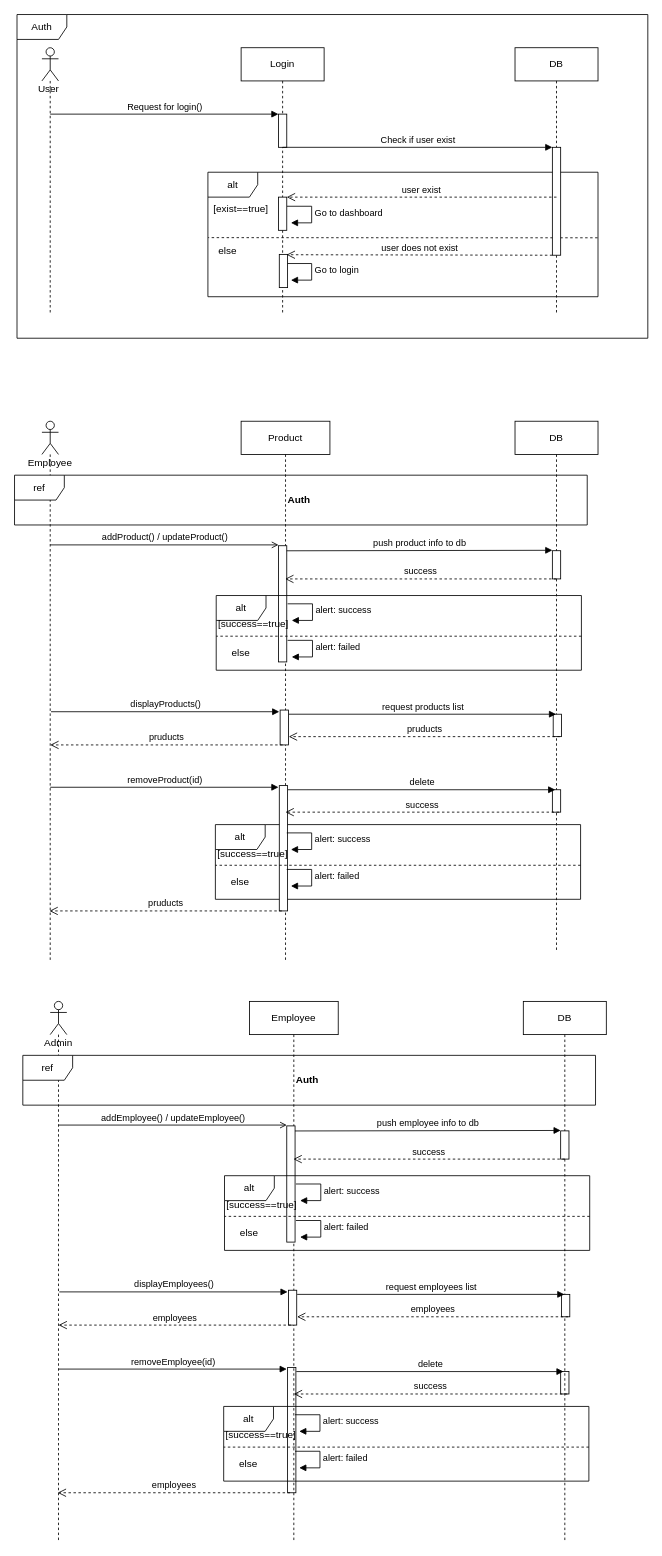
Before: UML/Sequence diagram.drawio in hamza-at-youcode/Brief4-parfume.art, a draw.io diagram. Source tidied: cells renumbered, new cells numbered last; positions are measured from the earlier drawing's top-left corner, leaving out a move shared by most shapes. Both pictures are drawn from the tidied source at 83%, with x=0, y=0 at pixel (14, 14).
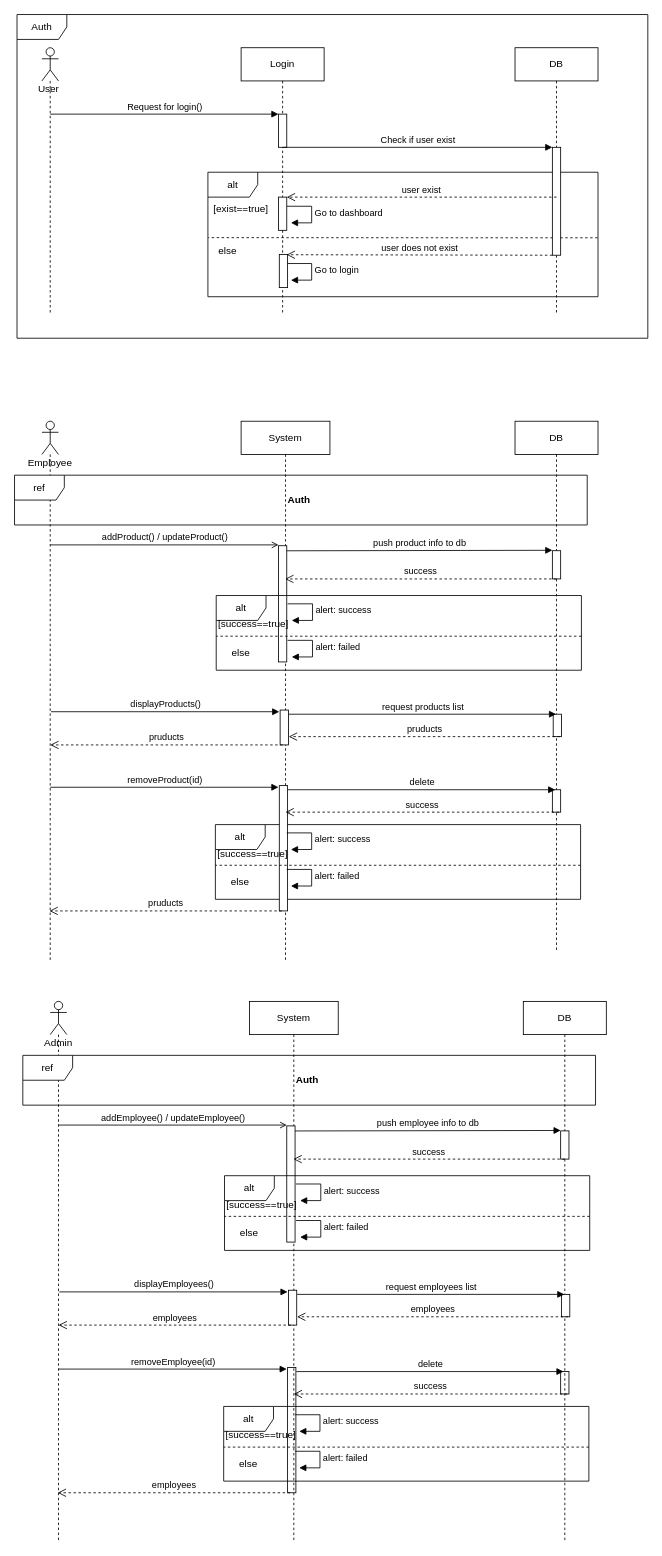
The same page after the edit.

Commit message (it also covers changes not shown here):
Fixe sequence diiagram

Diff of the diagram source:
```diff
@@
-    <mxCell id="23" value="Product" style="shape=umlLifeline;perimeter=lifelinePerimeter;whiteSpace=wrap;html=1;outlineConnect=0;" parent="1" vertex="1">
+    <mxCell id="23" value="System" style="shape=umlLifeline;perimeter=lifelinePerimeter;whiteSpace=wrap;html=1;outlineConnect=0;" parent="1" vertex="1">
       <mxGeometry x="273" y="490" width="107" height="650" as="geometry" />
     </mxCell>
@@
-    <mxCell id="58" value="Employee" style="shape=umlLifeline;perimeter=lifelinePerimeter;whiteSpace=wrap;html=1;outlineConnect=0;" parent="1" vertex="1">
+    <mxCell id="58" value="System" style="shape=umlLifeline;perimeter=lifelinePerimeter;whiteSpace=wrap;html=1;outlineConnect=0;" parent="1" vertex="1">
       <mxGeometry x="283" y="1189" width="107" height="651" as="geometry" />
     </mxCell>
```
